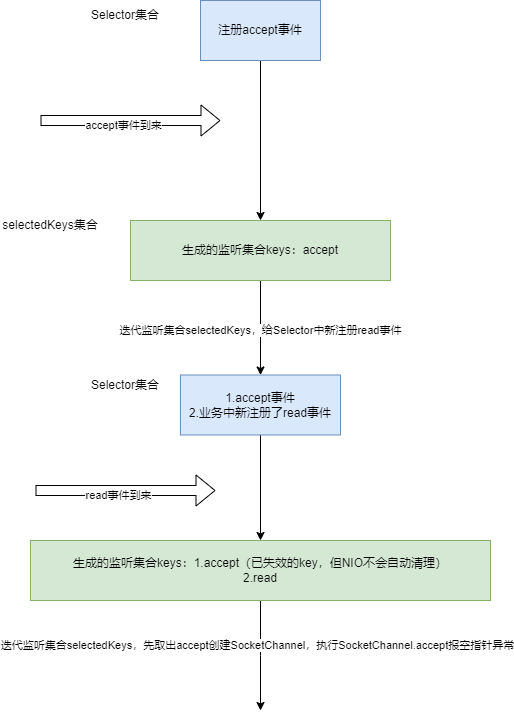
Above: NIO处理accept事件.drawio.png in lyflexi/draw.io-online (draw.io), before the change. Source tidied: cells renumbered, new cells last; positions are measured from the earlier drawing's top-left corner, leaving out a move shared by most shapes. The source it was exported from:
```xml
<mxGraphModel>
  <root>
    <mxCell id="0" />
    <mxCell id="1" parent="0" />
    <mxCell id="2" style="edgeStyle=orthogonalEdgeStyle;rounded=0;jettySize=auto;html=1;" parent="1" edge="1" source="3" target="7">
      <mxGeometry relative="1" as="geometry" />
    </mxCell>
    <mxCell id="3" value="注册accept事件" style="rounded=0;whiteSpace=wrap;html=1;fillColor=#dae8fc;strokeColor=#6c8ebf;" parent="1" vertex="1">
      <mxGeometry x="200" width="120" height="60" as="geometry" />
    </mxCell>
    <mxCell id="4" value="Selector集合" style="text;html=1;strokeColor=none;fillColor=none;align=center;verticalAlign=middle;whiteSpace=wrap;rounded=0;" parent="1" vertex="1">
      <mxGeometry x="80" width="90" height="30" as="geometry" />
    </mxCell>
    <mxCell id="5" style="edgeStyle=orthogonalEdgeStyle;rounded=0;jettySize=auto;html=1;entryX=0.5;entryY=0;entryDx=0;entryDy=0;" parent="1" edge="1" source="7" target="15">
      <mxGeometry relative="1" as="geometry" />
    </mxCell>
    <mxCell id="6" value="迭代监听集合selectedKeys，给Selector中新注册read事件" style="edgeLabel;html=1;align=center;verticalAlign=middle;" parent="5" vertex="1">
      <mxGeometry x="0.04" y="-1" relative="1" as="geometry" />
    </mxCell>
    <mxCell id="7" value="生成的监听集合keys：accept" style="rounded=0;whiteSpace=wrap;html=1;fillColor=#d5e8d4;strokeColor=#82b366;" parent="1" vertex="1">
      <mxGeometry x="130" y="220" width="260" height="60" as="geometry" />
    </mxCell>
    <mxCell id="8" value="selectedKeys集合" style="text;html=1;strokeColor=none;fillColor=none;align=center;verticalAlign=middle;whiteSpace=wrap;rounded=0;" parent="1" vertex="1">
      <mxGeometry y="210" width="100" height="30" as="geometry" />
    </mxCell>
    <mxCell id="9" style="edgeStyle=orthogonalEdgeStyle;rounded=0;jettySize=auto;html=1;" parent="1" edge="1" source="11">
      <mxGeometry relative="1" as="geometry">
        <mxPoint x="260" y="710" as="targetPoint" />
      </mxGeometry>
    </mxCell>
    <mxCell id="10" value="迭代监听集合selectedKeys，先取出accept创建SocketChannel，执行SocketChannel.accept报空指针异常" style="edgeLabel;html=1;align=center;verticalAlign=middle;" parent="9" vertex="1">
      <mxGeometry x="-0.2" y="-4" relative="1" as="geometry" />
    </mxCell>
    <mxCell id="11" value="生成的监听集合keys：1.accept（已失效的key，但NIO不会自动清理）&lt;br&gt;2.read" style="rounded=0;whiteSpace=wrap;html=1;fillColor=#d5e8d4;strokeColor=#82b366;" parent="1" vertex="1">
      <mxGeometry x="30" y="540" width="460" height="60" as="geometry" />
    </mxCell>
    <mxCell id="12" style="shape=flexArrow;endArrow=classic;html=1;rounded=0;" parent="1" edge="1">
      <mxGeometry relative="1" as="geometry">
        <mxPoint x="40" y="120" as="sourcePoint" />
        <mxPoint x="220" y="120" as="targetPoint" />
      </mxGeometry>
    </mxCell>
    <mxCell id="13" value="accept事件到来" style="edgeLabel;html=1;align=center;verticalAlign=middle;" parent="12" vertex="1">
      <mxGeometry x="-0.09" y="-4" relative="1" as="geometry" />
    </mxCell>
    <mxCell id="14" style="edgeStyle=orthogonalEdgeStyle;rounded=0;jettySize=auto;html=1;" parent="1" edge="1" source="15" target="11">
      <mxGeometry relative="1" as="geometry" />
    </mxCell>
    <mxCell id="15" value="1.accept事件&lt;br&gt;2.业务中新注册了read事件" style="rounded=0;whiteSpace=wrap;html=1;fillColor=#dae8fc;strokeColor=#6c8ebf;" parent="1" vertex="1">
      <mxGeometry x="180" y="374.5" width="160" height="60" as="geometry" />
    </mxCell>
    <mxCell id="16" value="Selector集合" style="text;html=1;strokeColor=none;fillColor=none;align=center;verticalAlign=middle;whiteSpace=wrap;rounded=0;" parent="1" vertex="1">
      <mxGeometry x="80" y="370" width="90" height="30" as="geometry" />
    </mxCell>
    <mxCell id="17" style="shape=flexArrow;endArrow=classic;html=1;rounded=0;" parent="1" edge="1">
      <mxGeometry relative="1" as="geometry">
        <mxPoint x="35" y="490" as="sourcePoint" />
        <mxPoint x="215" y="490" as="targetPoint" />
      </mxGeometry>
    </mxCell>
    <mxCell id="18" value="read事件到来" style="edgeLabel;html=1;align=center;verticalAlign=middle;" parent="17" vertex="1">
      <mxGeometry x="-0.09" y="-4" relative="1" as="geometry" />
    </mxCell>
  </root>
</mxGraphModel>
```
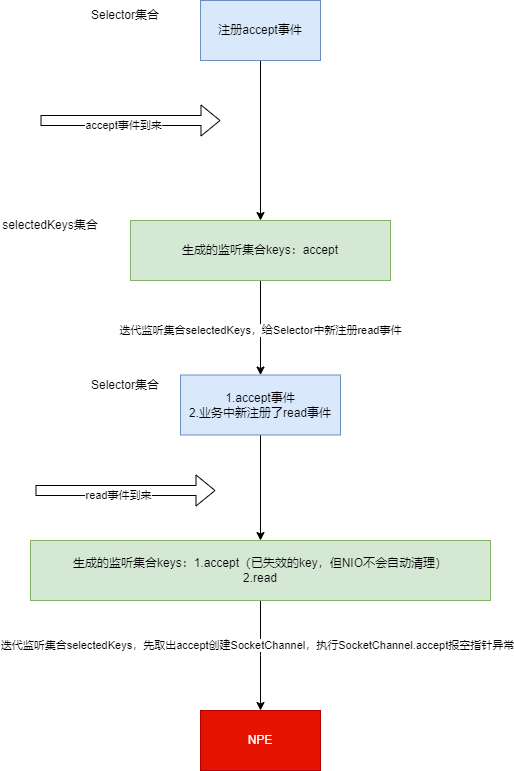
After the commit.

Commit message:
更新NIO处理accept事件.drawio.png

Change to the diagram source:
```diff
@@ -61,5 +61,8 @@
     <mxCell id="18" value="read事件到来" style="edgeLabel;html=1;align=center;verticalAlign=middle;" parent="17" vertex="1">
       <mxGeometry x="-0.09" y="-4" relative="1" as="geometry" />
     </mxCell>
+    <mxCell id="19" value="NPE" style="rounded=0;whiteSpace=wrap;html=1;fillColor=#e51400;strokeColor=#B20000;fontColor=#ffffff;" parent="1" vertex="1">
+      <mxGeometry x="200" y="710" width="120" height="60" as="geometry" />
+    </mxCell>
   </root>
 </mxGraphModel>
```
